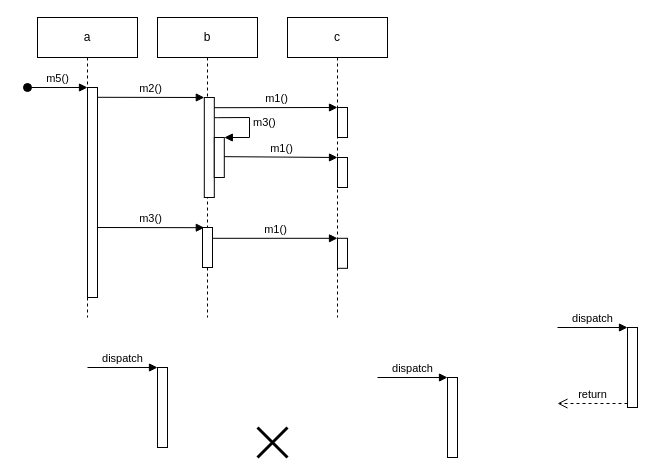
bruniculos08/SOFT003 keeps this draw.io diagram as Diagrama de Sequência  - Atividade 04.drawio. Above is the earlier version. Source tidied: cells renumbered, new cells numbered last; positions are measured from the earlier drawing's top-left corner, leaving out a move shared by most shapes. Both pictures are drawn from the tidied source at 100%, with x=0, y=0 at pixel (27, 17).
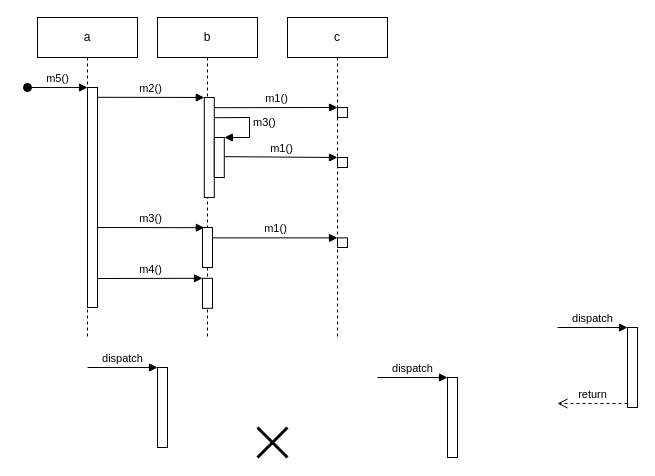
The same diagram, later.

Change to the diagram source:
```diff
@@
     <mxCell id="6" value="a" style="shape=umlLifeline;perimeter=lifelinePerimeter;whiteSpace=wrap;html=1;" parent="1" vertex="1">
-      <mxGeometry x="10" width="100" height="300" as="geometry" />
+      <mxGeometry x="10" width="100" height="320" as="geometry" />
     </mxCell>
     <mxCell id="7" style="html=1;points=[];perimeter=orthogonalPerimeter;" parent="6" vertex="1">
-      <mxGeometry x="50" y="70" width="10" height="210" as="geometry" />
+      <mxGeometry x="50" y="70" width="10" height="220" as="geometry" />
     </mxCell>
@@
     <mxCell id="9" value="b" style="shape=umlLifeline;perimeter=lifelinePerimeter;whiteSpace=wrap;html=1;" parent="1" vertex="1">
-      <mxGeometry x="130" width="100" height="300" as="geometry" />
+      <mxGeometry x="130" width="100" height="320" as="geometry" />
     </mxCell>
@@
+    <mxCell id="27" style="html=1;points=[];perimeter=orthogonalPerimeter;" parent="9" vertex="1">
+      <mxGeometry x="45" y="260.8" width="10" height="30" as="geometry" />
+    </mxCell>
+    <mxCell id="28" value="m4()" style="html=1;verticalAlign=bottom;endArrow=block;entryX=0;entryY=0;rounded=0;" parent="9" edge="1" target="27">
+      <mxGeometry relative="1" as="geometry">
+        <mxPoint x="-60" y="261" as="sourcePoint" />
+      </mxGeometry>
+    </mxCell>
     <mxCell id="15" value="c" style="shape=umlLifeline;perimeter=lifelinePerimeter;whiteSpace=wrap;html=1;" parent="1" vertex="1">
-      <mxGeometry x="260" width="100" height="300" as="geometry" />
+      <mxGeometry x="260" width="100" height="320" as="geometry" />
     </mxCell>
     <mxCell id="16" style="html=1;points=[];perimeter=orthogonalPerimeter;" parent="15" vertex="1">
-      <mxGeometry x="50" y="90" width="10" height="30" as="geometry" />
+      <mxGeometry x="50" y="90" width="10" height="10" as="geometry" />
     </mxCell>
     <mxCell id="17" style="html=1;points=[];perimeter=orthogonalPerimeter;" parent="15" vertex="1">
-      <mxGeometry x="50" y="140" width="10" height="30" as="geometry" />
+      <mxGeometry x="50" y="140" width="10" height="10" as="geometry" />
     </mxCell>
     <mxCell id="18" style="html=1;points=[];perimeter=orthogonalPerimeter;" parent="15" vertex="1">
-      <mxGeometry x="50" y="220.8" width="10" height="30" as="geometry" />
+      <mxGeometry x="50" y="220.4" width="10" height="9.6" as="geometry" />
     </mxCell>
```
